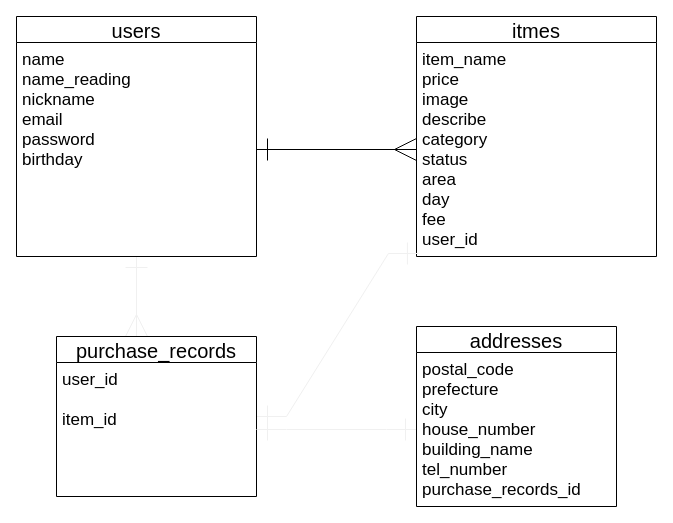
The draw.io diagram database.dio in airi32490/furima-32490, before the edit. Source tidied: cells renumbered, new cells numbered last; positions are measured from the earlier drawing's top-left corner, leaving out a move shared by most shapes. Both pictures are drawn from the tidied source at 100%, with x=0, y=0 at pixel (16, 16).
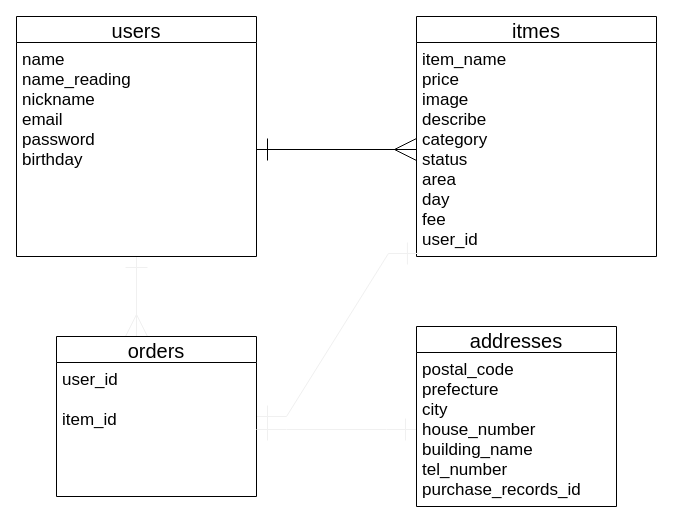
The same diagram, later.

Commit message (it also covers changes not shown here):
DB設計の修正

The edit, as a diff of the source:
```diff
@@
 <mxGraphModel>
   <root>
     <mxCell id="0" />
     <mxCell id="1" parent="0" />
     <mxCell id="2" style="edgeStyle=orthogonalEdgeStyle;rounded=0;jettySize=auto;html=1;entryX=0.4;entryY=0;entryDx=0;entryDy=0;entryPerimeter=0;startArrow=ERone;startFill=0;startSize=20;sourcePerimeterSpacing=0;endArrow=ERmany;endFill=0;endSize=20;targetPerimeterSpacing=0;strokeColor=#f0f0f0;fontSize=20;" parent="1" edge="1" source="4" target="9">
       <mxGeometry relative="1" as="geometry" />
     </mxCell>
     <mxCell id="3" style="edgeStyle=orthogonalEdgeStyle;rounded=0;jettySize=auto;html=1;entryX=0;entryY=0.5;entryDx=0;entryDy=0;endArrow=ERmany;endFill=0;fontSize=20;targetPerimeterSpacing=0;endSize=20;startSize=20;sourcePerimeterSpacing=0;startArrow=ERone;startFill=0;" parent="1" edge="1" source="5" target="7">
       <mxGeometry relative="1" as="geometry" />
     </mxCell>
     <mxCell id="4" value="users" style="swimlane;fontStyle=0;horizontal=1;startSize=26;align=center;fontSize=20;" parent="1" vertex="1">
       <mxGeometry width="240" height="240" as="geometry" />
     </mxCell>
     <mxCell id="5" value="name&#10;name_reading&#10;nickname&#10;email&#10;password&#10;birthday&#10;&#10;" style="text;strokeColor=none;fillColor=none;spacingLeft=4;spacingRight=4;overflow=hidden;points=[[0,0.5],[1,0.5]];portConstraint=eastwest;fontSize=17;" parent="4" vertex="1">
       <mxGeometry y="26" width="240" height="214" as="geometry" />
     </mxCell>
     <mxCell id="6" value="itmes" style="swimlane;fontStyle=0;horizontal=1;startSize=26;align=center;fontSize=20;" parent="1" vertex="1">
       <mxGeometry x="400" width="240" height="240" as="geometry" />
     </mxCell>
     <mxCell id="7" value="item_name&#10;price&#10;image&#10;describe&#10;category&#10;status&#10;area&#10;day&#10;fee&#10;user_id" style="text;strokeColor=none;fillColor=none;spacingLeft=4;spacingRight=4;overflow=hidden;points=[[0,0.5],[1,0.5]];portConstraint=eastwest;fontSize=17;" parent="6" vertex="1">
       <mxGeometry y="26" width="240" height="214" as="geometry" />
     </mxCell>
     <mxCell id="8" style="edgeStyle=entityRelationEdgeStyle;rounded=0;jettySize=auto;html=1;entryX=0.008;entryY=0.986;entryDx=0;entryDy=0;entryPerimeter=0;startArrow=ERone;startFill=0;startSize=20;sourcePerimeterSpacing=0;endArrow=ERone;endFill=0;endSize=20;targetPerimeterSpacing=0;strokeColor=#f0f0f0;fontSize=20;" parent="1" edge="1" source="9" target="7">
       <mxGeometry relative="1" as="geometry" />
     </mxCell>
-    <mxCell id="9" value="purchase_records" style="swimlane;fontStyle=0;horizontal=1;startSize=26;align=center;fontSize=20;" parent="1" vertex="1">
+    <mxCell id="9" value="orders" style="swimlane;fontStyle=0;horizontal=1;startSize=26;align=center;fontSize=20;" parent="1" vertex="1">
       <mxGeometry x="40" y="320" width="200" height="160" as="geometry" />
     </mxCell>
     <mxCell id="10" value="user_id&#10;&#10;item_id" style="text;strokeColor=none;fillColor=none;spacingLeft=4;spacingRight=4;overflow=hidden;points=[[0,0.5],[1,0.5]];portConstraint=eastwest;fontSize=17;" parent="9" vertex="1">
       <mxGeometry y="26" width="200" height="134" as="geometry" />
     </mxCell>
     <mxCell id="11" style="edgeStyle=entityRelationEdgeStyle;rounded=0;jettySize=auto;html=1;exitX=1;exitY=0.5;exitDx=0;exitDy=0;startArrow=ERone;startFill=0;startSize=20;sourcePerimeterSpacing=0;endArrow=ERone;endFill=0;endSize=20;targetPerimeterSpacing=0;strokeColor=#f0f0f0;fontSize=20;" parent="1" edge="1" source="10" target="13">
       <mxGeometry relative="1" as="geometry" />
     </mxCell>
     <mxCell id="12" value="addresses" style="swimlane;fontStyle=0;horizontal=1;startSize=26;align=center;fontSize=20;" parent="1" vertex="1">
       <mxGeometry x="400" y="310" width="200" height="180" as="geometry" />
     </mxCell>
     <mxCell id="13" value="postal_code&#10;prefecture&#10;city&#10;house_number&#10;building_name&#10;tel_number&#10;purchase_records_id" style="text;strokeColor=none;fillColor=none;spacingLeft=4;spacingRight=4;overflow=hidden;points=[[0,0.5],[1,0.5]];portConstraint=eastwest;fontSize=17;" parent="12" vertex="1">
       <mxGeometry y="26" width="200" height="154" as="geometry" />
     </mxCell>
   </root>
 </mxGraphModel>
```
